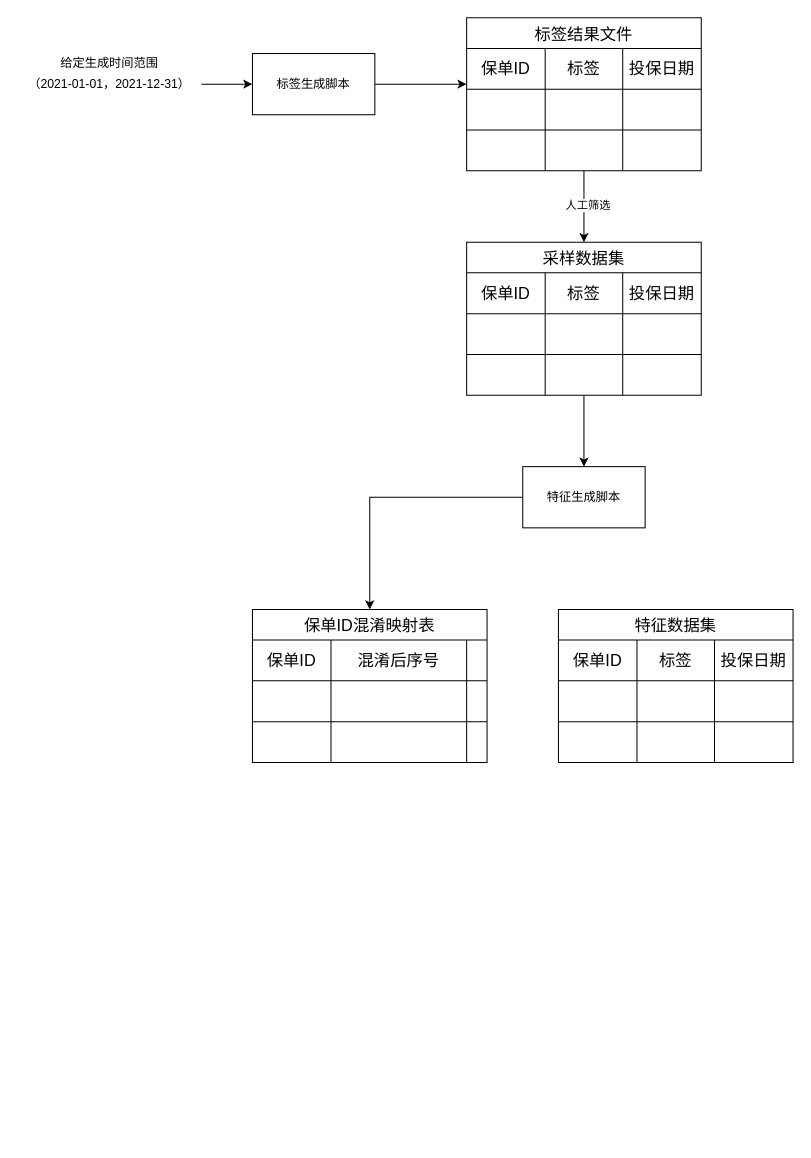
This is 太平/验收方案.drawio from XiaoLiuAI/diagrams, a draw.io file, before an edit. Source tidied: cells renumbered, new cells numbered last; positions are measured from the earlier drawing's top-left corner, leaving out a move shared by most shapes. Both pictures are drawn from the tidied source at 102%, with x=0, y=0 at pixel (17, 17).
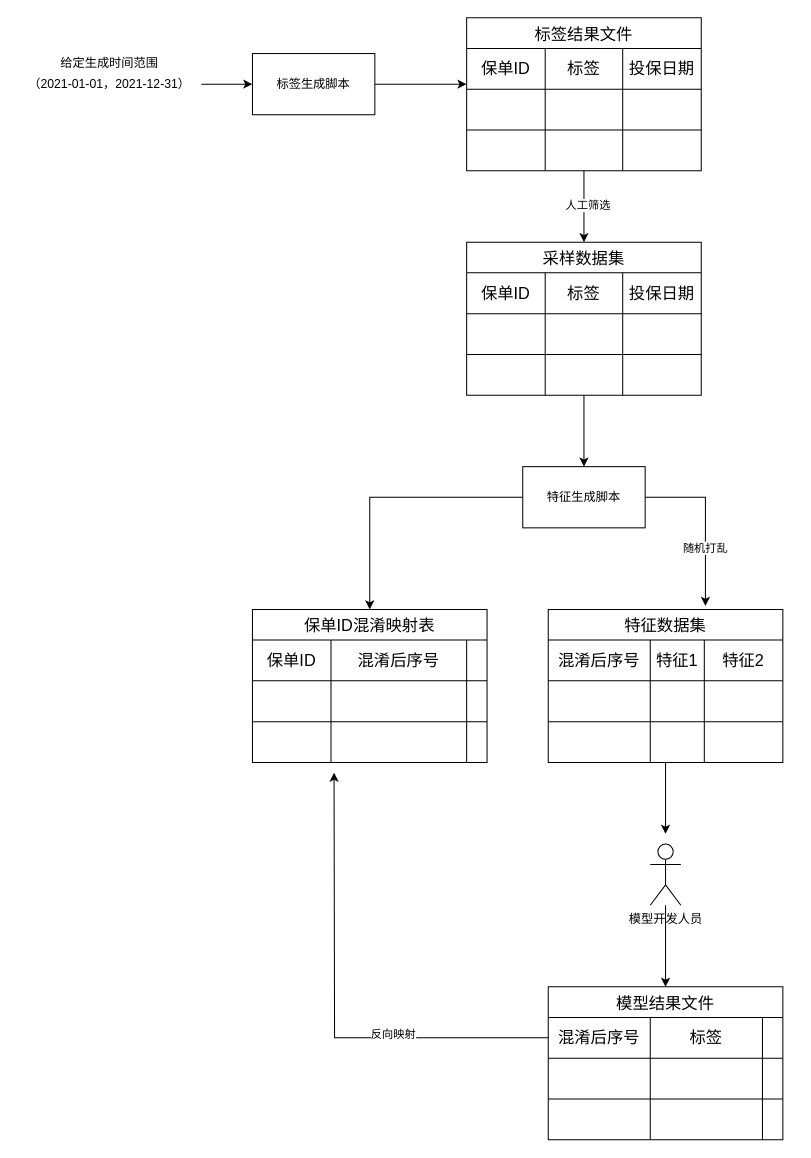
After the change.

The change refers to these unchanged cells:
```xml
<mxCell id="3" value="特征生成脚本" style="rounded=0;whiteSpace=wrap;html=1;" parent="1" vertex="1">
  <mxGeometry x="495" y="440" width="120" height="60" as="geometry" />
</mxCell>
<mxCell id="52" style="shape=tableRow;horizontal=0;startSize=0;swimlaneHead=0;swimlaneBody=0;strokeColor=inherit;top=0;left=0;bottom=0;right=0;fillColor=none;fontSize=16;" parent="51" vertex="1">
  <mxGeometry y="30" width="230" height="40" as="geometry" />
</mxCell>
<mxCell id="56" style="shape=tableRow;horizontal=0;startSize=0;swimlaneHead=0;swimlaneBody=0;strokeColor=inherit;top=0;left=0;bottom=0;right=0;fillColor=none;fontSize=16;" parent="51" vertex="1">
  <mxGeometry y="70" width="230" height="40" as="geometry" />
</mxCell>
<mxCell id="60" style="shape=tableRow;horizontal=0;startSize=0;swimlaneHead=0;swimlaneBody=0;strokeColor=inherit;top=0;left=0;bottom=0;right=0;fillColor=none;fontSize=16;" parent="51" vertex="1">
  <mxGeometry y="110" width="230" height="40" as="geometry" />
</mxCell>
```

The edit, as a diff of the source:
```diff
@@
+    <mxCell id="64" style="edgeStyle=orthogonalEdgeStyle;rounded=0;jettySize=auto;html=1;" parent="1" edge="1" source="51">
+      <mxGeometry relative="1" as="geometry">
+        <mxPoint x="635" y="800" as="targetPoint" />
+      </mxGeometry>
+    </mxCell>
     <mxCell id="51" value="特征数据集" style="shape=table;startSize=30;childLayout=tableLayout;strokeColor=default;fontSize=16;" parent="1" vertex="1">
-      <mxGeometry x="530" y="580" width="230" height="150" as="geometry" />
+      <mxGeometry x="520" y="580" width="230" height="150" as="geometry" />
     </mxCell>
@@
-    <mxCell id="53" value="保单ID" style="shape=partialRectangle;html=1;whiteSpace=wrap;strokeColor=inherit;overflow=hidden;fillColor=none;top=0;left=0;bottom=0;right=0;fontSize=16;" parent="52" vertex="1">
-      <mxGeometry width="77" height="40" as="geometry" />
+    <mxCell id="53" value="混淆后序号" style="shape=partialRectangle;html=1;whiteSpace=wrap;strokeColor=inherit;overflow=hidden;fillColor=none;top=0;left=0;bottom=0;right=0;fontSize=16;" parent="52" vertex="1">
+      <mxGeometry width="100" height="40" as="geometry" />
     </mxCell>
-    <mxCell id="54" value="标签" style="shape=partialRectangle;html=1;whiteSpace=wrap;strokeColor=inherit;overflow=hidden;fillColor=none;top=0;left=0;bottom=0;right=0;fontSize=16;" parent="52" vertex="1">
-      <mxGeometry x="77" width="76" height="40" as="geometry" />
+    <mxCell id="54" value="特征1" style="shape=partialRectangle;html=1;whiteSpace=wrap;strokeColor=inherit;overflow=hidden;fillColor=none;top=0;left=0;bottom=0;right=0;fontSize=16;" parent="52" vertex="1">
+      <mxGeometry x="100" width="53" height="40" as="geometry" />
     </mxCell>
-    <mxCell id="55" value="投保日期" style="shape=partialRectangle;html=1;whiteSpace=wrap;strokeColor=inherit;overflow=hidden;fillColor=none;top=0;left=0;bottom=0;right=0;fontSize=16;" parent="52" vertex="1">
+    <mxCell id="55" value="特征2" style="shape=partialRectangle;html=1;whiteSpace=wrap;strokeColor=inherit;overflow=hidden;fillColor=none;top=0;left=0;bottom=0;right=0;fontSize=16;" parent="52" vertex="1">
       <mxGeometry x="153" width="77" height="40" as="geometry" />
     </mxCell>
@@
     <mxCell id="57" style="shape=partialRectangle;html=1;whiteSpace=wrap;strokeColor=inherit;overflow=hidden;fillColor=none;top=0;left=0;bottom=0;right=0;fontSize=16;" parent="56" vertex="1">
-      <mxGeometry width="77" height="40" as="geometry" />
+      <mxGeometry width="100" height="40" as="geometry" />
     </mxCell>
     <mxCell id="58" style="shape=partialRectangle;html=1;whiteSpace=wrap;strokeColor=inherit;overflow=hidden;fillColor=none;top=0;left=0;bottom=0;right=0;fontSize=16;" parent="56" vertex="1">
-      <mxGeometry x="77" width="76" height="40" as="geometry" />
+      <mxGeometry x="100" width="53" height="40" as="geometry" />
     </mxCell>
@@
     <mxCell id="61" style="shape=partialRectangle;html=1;whiteSpace=wrap;strokeColor=inherit;overflow=hidden;fillColor=none;top=0;left=0;bottom=0;right=0;fontSize=16;" parent="60" vertex="1">
-      <mxGeometry width="77" height="40" as="geometry" />
+      <mxGeometry width="100" height="40" as="geometry" />
     </mxCell>
     <mxCell id="62" style="shape=partialRectangle;html=1;whiteSpace=wrap;strokeColor=inherit;overflow=hidden;fillColor=none;top=0;left=0;bottom=0;right=0;fontSize=16;" parent="60" vertex="1">
-      <mxGeometry x="77" width="76" height="40" as="geometry" />
+      <mxGeometry x="100" width="53" height="40" as="geometry" />
     </mxCell>
@@
+    <mxCell id="65" style="edgeStyle=orthogonalEdgeStyle;rounded=0;jettySize=auto;html=1;entryX=0.67;entryY=-0.023;entryDx=0;entryDy=0;entryPerimeter=0;" parent="1" edge="1" source="3" target="51">
+      <mxGeometry relative="1" as="geometry">
+        <Array as="points">
+          <mxPoint x="674" y="470" />
+        </Array>
+      </mxGeometry>
+    </mxCell>
+    <mxCell id="66" value="随机打乱" style="edgeLabel;html=1;align=center;verticalAlign=middle;" parent="65" vertex="1">
+      <mxGeometry x="0.19" y="-4" relative="1" as="geometry">
+        <mxPoint x="3" y="10" as="offset" />
+      </mxGeometry>
+    </mxCell>
+    <mxCell id="67" style="edgeStyle=orthogonalEdgeStyle;rounded=0;jettySize=auto;html=1;entryX=0.5;entryY=0;entryDx=0;entryDy=0;" parent="1" edge="1" source="68" target="69">
+      <mxGeometry relative="1" as="geometry" />
+    </mxCell>
+    <mxCell id="68" value="模型开发人员" style="shape=umlActor;verticalLabelPosition=bottom;verticalAlign=top;html=1;outlineConnect=0;" parent="1" vertex="1">
+      <mxGeometry x="620" y="810" width="30" height="60" as="geometry" />
+    </mxCell>
+    <mxCell id="69" value="模型结果文件" style="shape=table;startSize=30;childLayout=tableLayout;strokeColor=default;fontSize=16;" parent="1" vertex="1">
+      <mxGeometry x="520" y="950" width="230" height="150" as="geometry" />
+    </mxCell>
+    <mxCell id="70" style="shape=tableRow;horizontal=0;startSize=0;swimlaneHead=0;swimlaneBody=0;strokeColor=inherit;top=0;left=0;bottom=0;right=0;fillColor=none;points=[[0,0.5],[1,0.5]];portConstraint=eastwest;fontSize=16;" parent="69" vertex="1">
+      <mxGeometry y="30" width="230" height="40" as="geometry" />
+    </mxCell>
+    <mxCell id="71" value="混淆后序号" style="shape=partialRectangle;html=1;whiteSpace=wrap;strokeColor=inherit;overflow=hidden;fillColor=none;top=0;left=0;bottom=0;right=0;fontSize=16;" parent="70" vertex="1">
+      <mxGeometry width="100" height="40" as="geometry" />
+    </mxCell>
+    <mxCell id="72" value="标签" style="shape=partialRectangle;html=1;whiteSpace=wrap;strokeColor=inherit;overflow=hidden;fillColor=none;top=0;left=0;bottom=0;right=0;fontSize=16;" parent="70" vertex="1">
+      <mxGeometry x="100" width="110" height="40" as="geometry" />
+    </mxCell>
+    <mxCell id="73" style="shape=partialRectangle;html=1;whiteSpace=wrap;strokeColor=inherit;overflow=hidden;fillColor=none;top=0;left=0;bottom=0;right=0;fontSize=16;" parent="70" vertex="1">
+      <mxGeometry x="210" width="20" height="40" as="geometry" />
+    </mxCell>
+    <mxCell id="74" style="shape=tableRow;horizontal=0;startSize=0;swimlaneHead=0;swimlaneBody=0;strokeColor=inherit;top=0;left=0;bottom=0;right=0;fillColor=none;fontSize=16;" parent="69" vertex="1">
+      <mxGeometry y="70" width="230" height="40" as="geometry" />
+    </mxCell>
+    <mxCell id="75" style="shape=partialRectangle;html=1;whiteSpace=wrap;strokeColor=inherit;overflow=hidden;fillColor=none;top=0;left=0;bottom=0;right=0;fontSize=16;" parent="74" vertex="1">
+      <mxGeometry width="100" height="40" as="geometry" />
+    </mxCell>
+    <mxCell id="76" style="shape=partialRectangle;html=1;whiteSpace=wrap;strokeColor=inherit;overflow=hidden;fillColor=none;top=0;left=0;bottom=0;right=0;fontSize=16;" parent="74" vertex="1">
+      <mxGeometry x="100" width="110" height="40" as="geometry" />
+    </mxCell>
+    <mxCell id="77" style="shape=partialRectangle;html=1;whiteSpace=wrap;strokeColor=inherit;overflow=hidden;fillColor=none;top=0;left=0;bottom=0;right=0;fontSize=16;" parent="74" vertex="1">
+      <mxGeometry x="210" width="20" height="40" as="geometry" />
+    </mxCell>
+    <mxCell id="78" style="shape=tableRow;horizontal=0;startSize=0;swimlaneHead=0;swimlaneBody=0;strokeColor=inherit;top=0;left=0;bottom=0;right=0;fillColor=none;fontSize=16;" parent="69" vertex="1">
+      <mxGeometry y="110" width="230" height="40" as="geometry" />
+    </mxCell>
+    <mxCell id="79" style="shape=partialRectangle;html=1;whiteSpace=wrap;strokeColor=inherit;overflow=hidden;fillColor=none;top=0;left=0;bottom=0;right=0;fontSize=16;" parent="78" vertex="1">
+      <mxGeometry width="100" height="40" as="geometry" />
+    </mxCell>
+    <mxCell id="80" style="shape=partialRectangle;html=1;whiteSpace=wrap;strokeColor=inherit;overflow=hidden;fillColor=none;top=0;left=0;bottom=0;right=0;fontSize=16;" parent="78" vertex="1">
+      <mxGeometry x="100" width="110" height="40" as="geometry" />
+    </mxCell>
+    <mxCell id="81" style="shape=partialRectangle;html=1;whiteSpace=wrap;strokeColor=inherit;overflow=hidden;fillColor=none;top=0;left=0;bottom=0;right=0;fontSize=16;" parent="78" vertex="1">
+      <mxGeometry x="210" width="20" height="40" as="geometry" />
+    </mxCell>
+    <mxCell id="82" style="edgeStyle=orthogonalEdgeStyle;rounded=0;jettySize=auto;html=1;" parent="1" edge="1" source="70">
+      <mxGeometry relative="1" as="geometry">
+        <mxPoint x="310" y="740" as="targetPoint" />
+      </mxGeometry>
+    </mxCell>
+    <mxCell id="83" value="反向映射" style="edgeLabel;html=1;align=center;verticalAlign=middle;" parent="82" vertex="1">
+      <mxGeometry x="-0.35" y="-4" relative="1" as="geometry" />
+    </mxCell>
```
